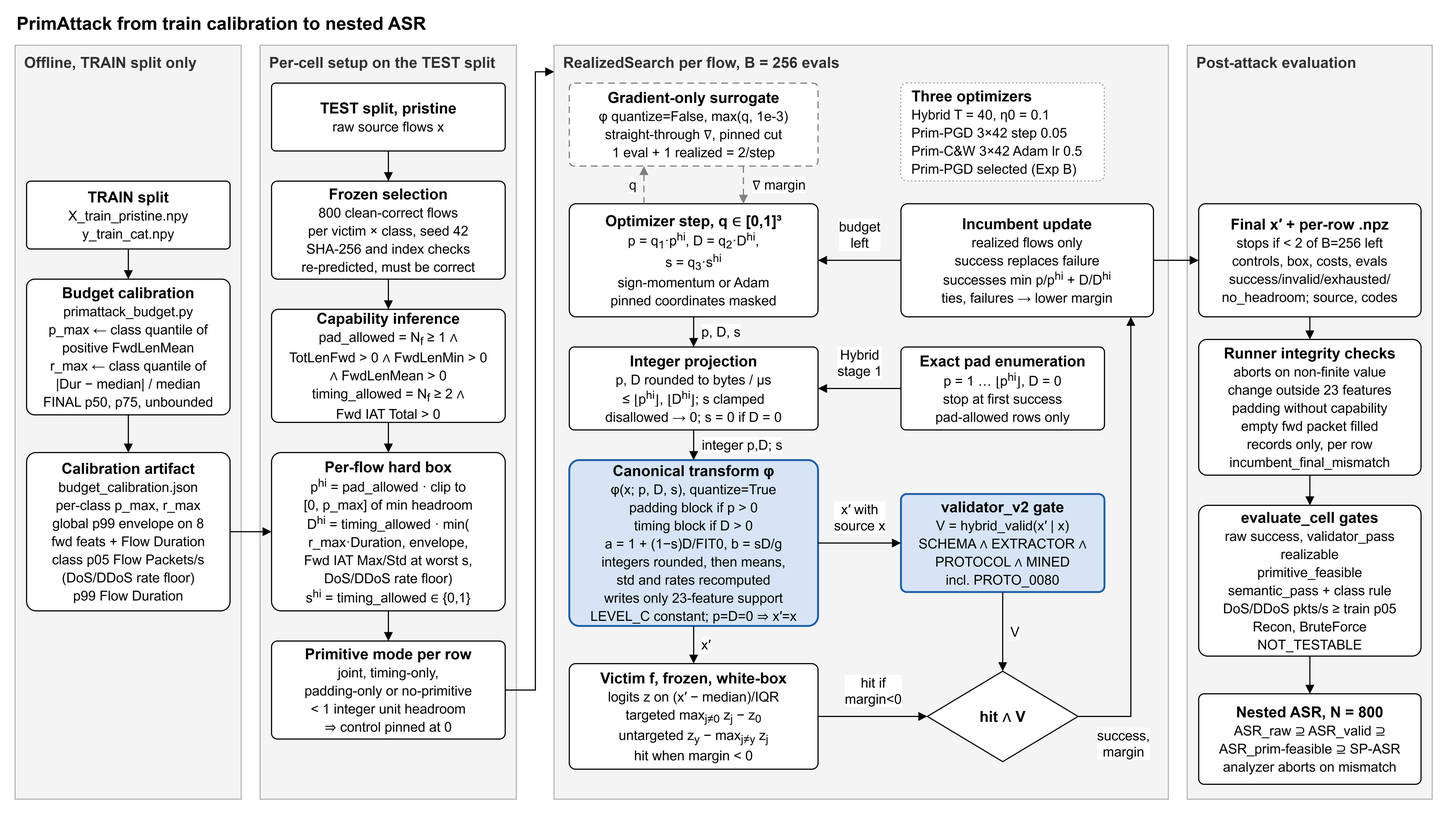
The draw.io diagram docs/figures/primattack/primattack_detailed_architecture.png in altmiko/thesis, before a commit. Source tidied: cells renumbered, new cells last; positions are measured from the earlier drawing's top-left corner, leaving out a move shared by most shapes.
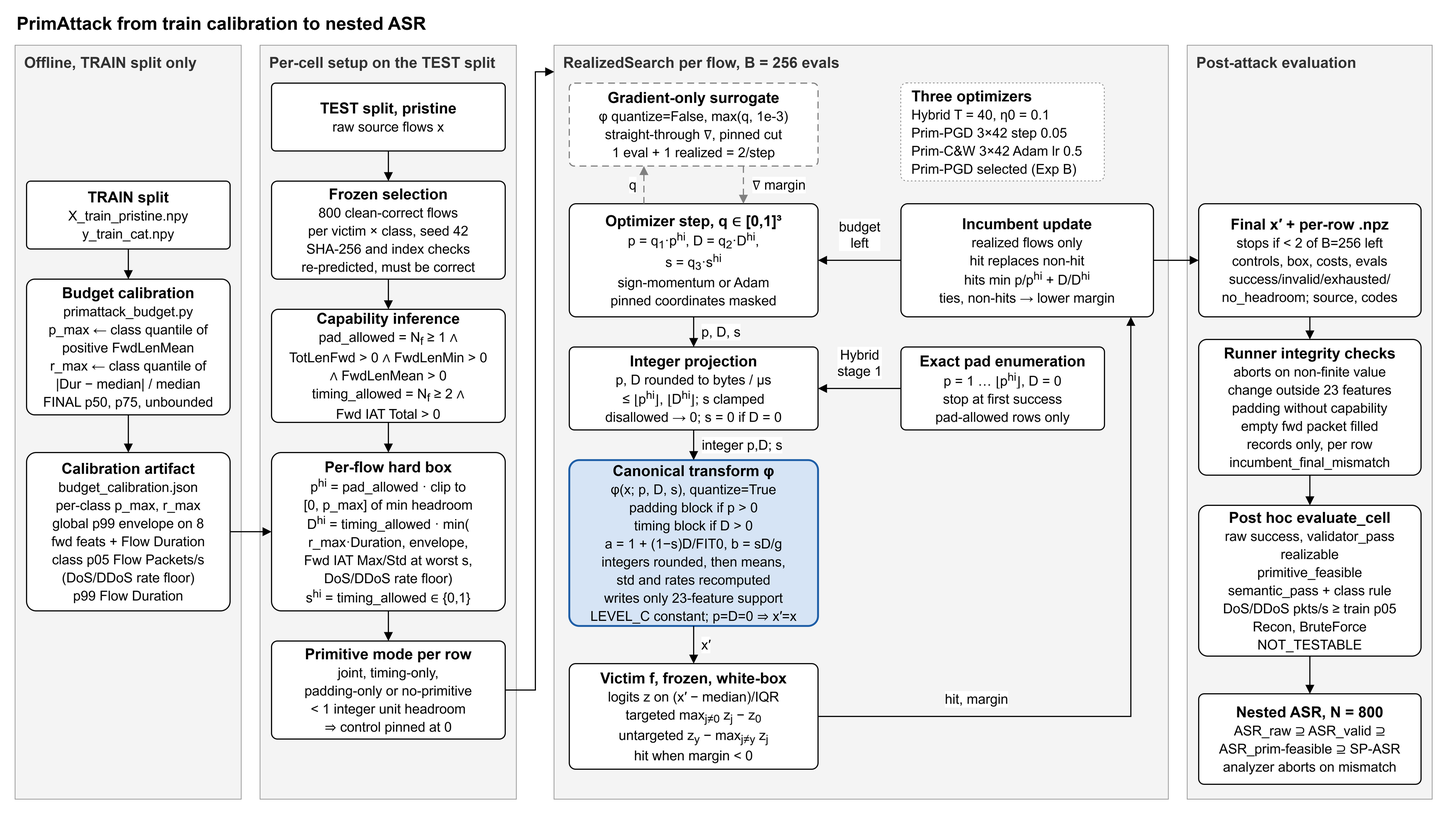
Above is the later version.

The edit, as a diff of the source:
```diff
@@ -62,25 +62,19 @@
     <mxCell id="21" value="&lt;b&gt;Three optimizers&lt;/b&gt;&lt;br&gt;&lt;span style=&quot;font-size:18px&quot;&gt;Hybrid T = 40, η0 = 0.1&lt;br&gt;Prim-PGD 3×42 step 0.05&lt;br&gt;Prim-C&amp;amp;W 3×42 Adam lr 0.5&lt;br&gt;Prim-PGD selected (Exp B)&lt;/span&gt;" style="rounded=1;arcSize=6;whiteSpace=wrap;html=1;align=left;verticalAlign=middle;spacing=8;fontSize=20;fontFamily=Helvetica;fontColor=#000000;gradientColor=none;shadow=0;fillColor=#ffffff;strokeColor=#808080;strokeWidth=1;dashed=1;dashPattern=2 3;spacingLeft=6;" parent="6" vertex="1">
       <mxGeometry x="460" y="50" width="270" height="130" as="geometry" />
     </mxCell>
-    <mxCell id="22" value="&lt;b&gt;Incumbent update&lt;/b&gt;&lt;br&gt;&lt;span style=&quot;font-size:18px&quot;&gt;realized flows only&lt;br&gt;success replaces failure&lt;br&gt;successes min p/p&lt;sup&gt;hi&lt;/sup&gt; + D/D&lt;sup&gt;hi&lt;/sup&gt;&lt;br&gt;ties, failures → lower margin&lt;/span&gt;" style="rounded=1;arcSize=6;whiteSpace=wrap;html=1;align=center;verticalAlign=middle;spacing=8;fontSize=20;fontFamily=Helvetica;fontColor=#000000;gradientColor=none;shadow=0;fillColor=#ffffff;strokeColor=#000000;strokeWidth=1.5;" parent="6" vertex="1">
+    <mxCell id="22" value="&lt;b&gt;Incumbent update&lt;/b&gt;&lt;br&gt;&lt;span style=&quot;font-size:18px&quot;&gt;realized flows only&lt;br&gt;hit replaces non-hit&lt;br&gt;hits min p/p&lt;sup&gt;hi&lt;/sup&gt; + D/D&lt;sup&gt;hi&lt;/sup&gt;&lt;br&gt;ties, non-hits → lower margin&lt;/span&gt;" style="rounded=1;arcSize=6;whiteSpace=wrap;html=1;align=center;verticalAlign=middle;spacing=8;fontSize=20;fontFamily=Helvetica;fontColor=#000000;gradientColor=none;shadow=0;fillColor=#ffffff;strokeColor=#000000;strokeWidth=1.5;" parent="6" vertex="1">
       <mxGeometry x="460" y="210" width="335" height="150" as="geometry" />
     </mxCell>
     <mxCell id="23" value="&lt;b&gt;Exact pad enumeration&lt;/b&gt;&lt;br&gt;&lt;span style=&quot;font-size:18px&quot;&gt;p = 1 … ⌊p&lt;sup&gt;hi&lt;/sup&gt;⌋, D = 0&lt;br&gt;stop at first success&lt;br&gt;pad-allowed rows only&lt;/span&gt;" style="rounded=1;arcSize=6;whiteSpace=wrap;html=1;align=center;verticalAlign=middle;spacing=8;fontSize=20;fontFamily=Helvetica;fontColor=#000000;gradientColor=none;shadow=0;fillColor=#ffffff;strokeColor=#000000;strokeWidth=1.5;" parent="6" vertex="1">
       <mxGeometry x="460" y="400" width="270" height="110" as="geometry" />
     </mxCell>
-    <mxCell id="24" value="&lt;b&gt;validator_v2 gate&lt;/b&gt;&lt;br&gt;&lt;span style=&quot;font-size:18px&quot;&gt;V = hybrid_valid(x′ | x)&lt;br&gt;SCHEMA ∧ EXTRACTOR ∧&lt;br&gt;PROTOCOL ∧ MINED&lt;br&gt;incl. PROTO_0080&lt;/span&gt;" style="rounded=1;arcSize=6;whiteSpace=wrap;html=1;align=center;verticalAlign=middle;spacing=8;fontSize=20;fontFamily=Helvetica;fontColor=#000000;gradientColor=none;shadow=0;fillColor=#d6e4f5;strokeColor=#1f5fa8;strokeWidth=2.5;" parent="6" vertex="1">
-      <mxGeometry x="460" y="595" width="270" height="130" as="geometry" />
-    </mxCell>
-    <mxCell id="25" value="&lt;b&gt;hit ∧ V&lt;/b&gt;" style="rhombus;whiteSpace=wrap;html=1;fillColor=#ffffff;strokeColor=#000000;strokeWidth=1.5;fontSize=20;fontColor=#000000;gradientColor=none;" parent="6" vertex="1">
-      <mxGeometry x="495" y="830" width="200" height="120" as="geometry" />
-    </mxCell>
     <mxCell id="26" value="&lt;b&gt;Final x′ + per-row .npz&lt;/b&gt;&lt;br&gt;&lt;span style=&quot;font-size:18px&quot;&gt;stops if &amp;lt; 2 of B=256 left&lt;br&gt;controls, box, costs, evals&lt;br&gt;success/invalid/exhausted/&lt;br&gt;no_headroom; source, codes&lt;/span&gt;" style="rounded=1;arcSize=6;whiteSpace=wrap;html=1;align=center;verticalAlign=middle;spacing=8;fontSize=20;fontFamily=Helvetica;fontColor=#000000;gradientColor=none;shadow=0;fillColor=#ffffff;strokeColor=#000000;strokeWidth=1.5;" parent="7" vertex="1">
       <mxGeometry x="15" y="210" width="295" height="150" as="geometry" />
     </mxCell>
     <mxCell id="27" value="&lt;b&gt;Runner integrity checks&lt;/b&gt;&lt;br&gt;&lt;span style=&quot;font-size:18px&quot;&gt;aborts on non-finite value&lt;br&gt;change outside 23 features&lt;br&gt;padding without capability&lt;br&gt;empty fwd packet filled&lt;br&gt;records only, per row&lt;br&gt;incumbent_final_mismatch&lt;/span&gt;" style="rounded=1;arcSize=6;whiteSpace=wrap;html=1;align=center;verticalAlign=middle;spacing=8;fontSize=20;fontFamily=Helvetica;fontColor=#000000;gradientColor=none;shadow=0;fillColor=#ffffff;strokeColor=#000000;strokeWidth=1.5;" parent="7" vertex="1">
       <mxGeometry x="15" y="390" width="295" height="180" as="geometry" />
     </mxCell>
-    <mxCell id="28" value="&lt;b&gt;evaluate_cell gates&lt;/b&gt;&lt;br&gt;&lt;span style=&quot;font-size:18px&quot;&gt;raw success, validator_pass&lt;br&gt;realizable&lt;br&gt;primitive_feasible&lt;br&gt;semantic_pass + class rule&lt;br&gt;DoS/DDoS pkts/s ≥ train p05&lt;br&gt;Recon, BruteForce&lt;br&gt;NOT_TESTABLE&lt;/span&gt;" style="rounded=1;arcSize=6;whiteSpace=wrap;html=1;align=center;verticalAlign=middle;spacing=8;fontSize=20;fontFamily=Helvetica;fontColor=#000000;gradientColor=none;shadow=0;fillColor=#ffffff;strokeColor=#000000;strokeWidth=1.5;" parent="7" vertex="1">
+    <mxCell id="28" value="&lt;b&gt;Post hoc evaluate_cell&lt;/b&gt;&lt;br&gt;&lt;span style=&quot;font-size:18px&quot;&gt;raw success, validator_pass&lt;br&gt;realizable&lt;br&gt;primitive_feasible&lt;br&gt;semantic_pass + class rule&lt;br&gt;DoS/DDoS pkts/s ≥ train p05&lt;br&gt;Recon, BruteForce&lt;br&gt;NOT_TESTABLE&lt;/span&gt;" style="rounded=1;arcSize=6;whiteSpace=wrap;html=1;align=center;verticalAlign=middle;spacing=8;fontSize=20;fontFamily=Helvetica;fontColor=#000000;gradientColor=none;shadow=0;fillColor=#ffffff;strokeColor=#000000;strokeWidth=1.5;" parent="7" vertex="1">
       <mxGeometry x="15" y="610" width="295" height="200" as="geometry" />
     </mxCell>
     <mxCell id="29" value="&lt;b&gt;Nested ASR, N = 800&lt;/b&gt;&lt;br&gt;&lt;span style=&quot;font-size:18px&quot;&gt;ASR_raw ⊇ ASR_valid ⊇&lt;br&gt;ASR_prim-feasible ⊇ SP-ASR&lt;br&gt;analyzer aborts on mismatch&lt;/span&gt;" style="rounded=1;arcSize=6;whiteSpace=wrap;html=1;align=center;verticalAlign=middle;spacing=8;fontSize=20;fontFamily=Helvetica;fontColor=#000000;gradientColor=none;shadow=0;fillColor=#ffffff;strokeColor=#000000;strokeWidth=1.5;" parent="7" vertex="1">
@@ -154,30 +148,6 @@
         <mxPoint x="16" as="offset" />
       </mxGeometry>
     </mxCell>
-    <mxCell id="47" value="x′ with&lt;br&gt;source x" style="edgeStyle=orthogonalEdgeStyle;rounded=0;jettySize=auto;html=1;endArrow=block;endSize=8;endFill=1;strokeColor=#000000;strokeWidth=1.5;fontSize=18;fontColor=#000000;labelBackgroundColor=#ffffff;exitX=1;exitY=0.5;exitDx=0;exitDy=0;entryX=0;entryY=0.5;entryDx=0;entryDy=0;" parent="1" edge="1" source="19" target="24">
-      <mxGeometry relative="1" as="geometry">
-        <mxPoint y="-34" as="offset" />
-      </mxGeometry>
-    </mxCell>
-    <mxCell id="48" value="hit if&lt;br&gt;margin&amp;lt;0" style="edgeStyle=orthogonalEdgeStyle;rounded=0;jettySize=auto;html=1;endArrow=block;endSize=8;endFill=1;strokeColor=#000000;strokeWidth=1.5;fontSize=18;fontColor=#000000;labelBackgroundColor=#ffffff;exitX=1;exitY=0.5;exitDx=0;exitDy=0;entryX=0;entryY=0.5;entryDx=0;entryDy=0;" parent="1" edge="1" source="20" target="25">
-      <mxGeometry relative="1" as="geometry">
-        <mxPoint y="-34" as="offset" />
-      </mxGeometry>
-    </mxCell>
-    <mxCell id="49" value="V" style="edgeStyle=orthogonalEdgeStyle;rounded=0;jettySize=auto;html=1;endArrow=block;endSize=8;endFill=1;strokeColor=#000000;strokeWidth=1.5;fontSize=18;fontColor=#000000;labelBackgroundColor=#ffffff;exitX=0.5;exitY=1;exitDx=0;exitDy=0;entryX=0.5;entryY=0;entryDx=0;entryDy=0;" parent="1" edge="1" source="24" target="25">
-      <mxGeometry relative="1" as="geometry">
-        <mxPoint x="16" as="offset" />
-      </mxGeometry>
-    </mxCell>
-    <mxCell id="50" value="success,&lt;br&gt;margin" style="edgeStyle=orthogonalEdgeStyle;rounded=0;jettySize=auto;html=1;endArrow=block;endSize=8;endFill=1;strokeColor=#000000;strokeWidth=1.5;fontSize=18;fontColor=#000000;labelBackgroundColor=#ffffff;exitX=1;exitY=0.5;exitDx=0;exitDy=0;entryX=0.9104;entryY=1;entryDx=0;entryDy=0;" parent="1" edge="1" source="25" target="22">
-      <mxGeometry x="-1" relative="1" as="geometry">
-        <Array as="points">
-          <mxPoint x="1500" y="950" />
-          <mxPoint x="1500" y="420" />
-        </Array>
-        <mxPoint x="60" y="36" as="offset" />
-      </mxGeometry>
-    </mxCell>
     <mxCell id="51" value="budget&lt;br&gt;left" style="edgeStyle=orthogonalEdgeStyle;rounded=0;jettySize=auto;html=1;endArrow=block;endSize=8;endFill=1;strokeColor=#000000;strokeWidth=1.5;fontSize=18;fontColor=#000000;labelBackgroundColor=#ffffff;exitX=0;exitY=0.5;exitDx=0;exitDy=0;entryX=1;entryY=0.5;entryDx=0;entryDy=0;" parent="1" edge="1" source="22" target="17">
       <mxGeometry relative="1" as="geometry">
         <mxPoint y="-34" as="offset" />
@@ -186,5 +156,14 @@
     <mxCell id="52" style="edgeStyle=orthogonalEdgeStyle;rounded=0;jettySize=auto;html=1;endArrow=block;endSize=8;endFill=1;strokeColor=#000000;strokeWidth=1.5;fontSize=18;fontColor=#000000;labelBackgroundColor=#ffffff;exitX=1;exitY=0.5;exitDx=0;exitDy=0;entryX=0;entryY=0.5;entryDx=0;entryDy=0;" parent="1" edge="1" source="22" target="26">
       <mxGeometry relative="1" as="geometry" />
     </mxCell>
+    <mxCell id="53" value="hit, margin" style="edgeStyle=orthogonalEdgeStyle;rounded=0;jettySize=auto;html=1;endArrow=block;endSize=8;endFill=1;strokeColor=#000000;strokeWidth=1.5;fontSize=18;fontColor=#000000;labelBackgroundColor=#ffffff;exitX=1;exitY=0.5;exitDx=0;exitDy=0;entryX=0.9104;entryY=1;entryDx=0;entryDy=0;" parent="1" edge="1" source="20" target="22">
+      <mxGeometry x="-1" relative="1" as="geometry">
+        <Array as="points">
+          <mxPoint x="1500" y="950" />
+          <mxPoint x="1500" y="420" />
+        </Array>
+        <mxPoint x="210" y="-23" as="offset" />
+      </mxGeometry>
+    </mxCell>
   </root>
 </mxGraphModel>
```
